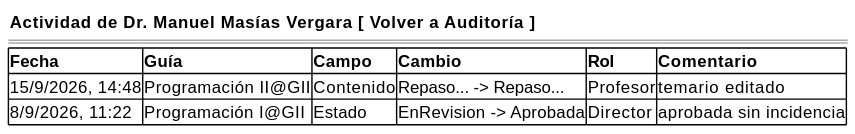
Before: images/RUP/01-requisitos/03-detalle-casos-uso/consultarHistorialCambios/wireframe-autor.svg, a diagram exported from PlantUML (mmasias/pyCeldaPublico).
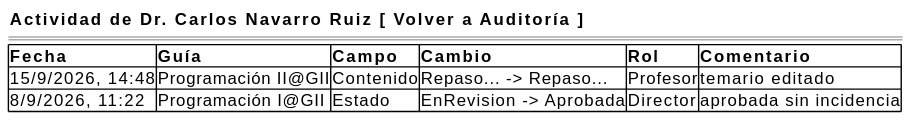
Above is the later version.

The edit, as a diff of the source:
```diff
@@ -1,6 +1,6 @@
 @startsalt consultarHistorialCambios-wireframe-autor
 {
-    { <b>Actividad de Dr. Manuel Masías Vergara     [ Volver a Auditoría ] }
+    { <b>Actividad de Dr. Carlos Navarro Ruiz     [ Volver a Auditoría ] }
     ====
     {#
         <b>Fecha | <b>Guía | <b>Campo | <b>Cambio | <b>Rol | <b>Comentario
```
